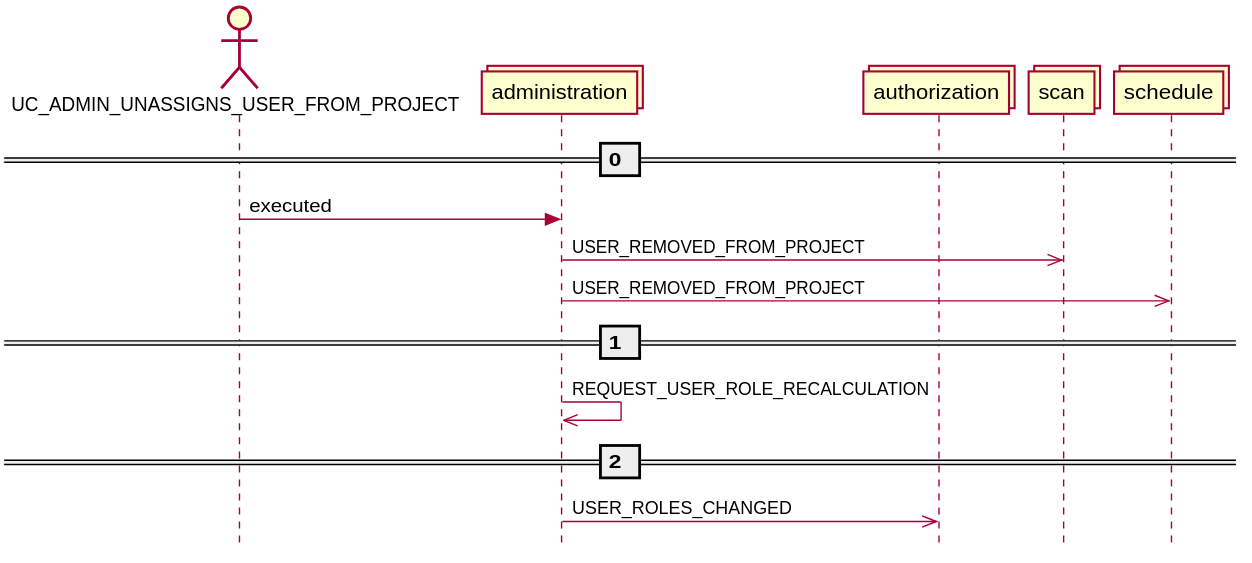
The PlantUML diagram docs/latest/images/event_overview_uc_admin_unassigns_user_from_project.svg in mercedes-benz/sechub, before a commit.
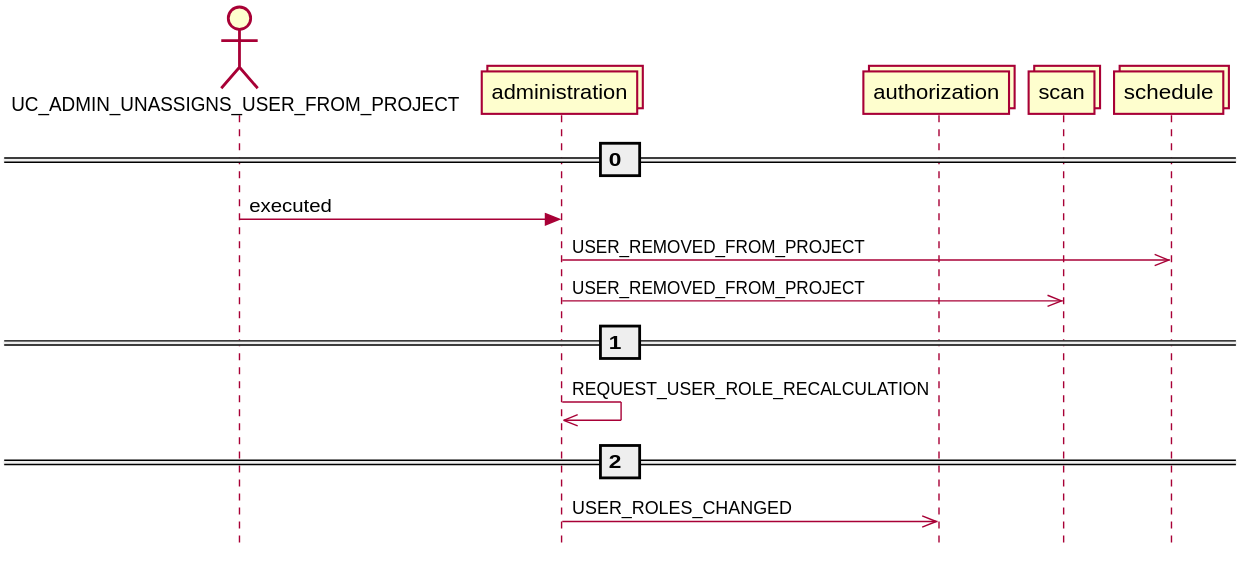
The same diagram one commit later.

Diff of the diagram source:
```diff
@@ -7,8 +7,8 @@
 collections schedule
 == 0 ==
 UC_ADMIN_UNASSIGNS_USER_FROM_PROJECT -> administration: executed
+administration ->> schedule : USER_REMOVED_FROM_PROJECT
 administration ->> scan : USER_REMOVED_FROM_PROJECT
-administration ->> schedule : USER_REMOVED_FROM_PROJECT
 == 1 ==
 administration ->> administration : REQUEST_USER_ROLE_RECALCULATION
 == 2 ==
```
